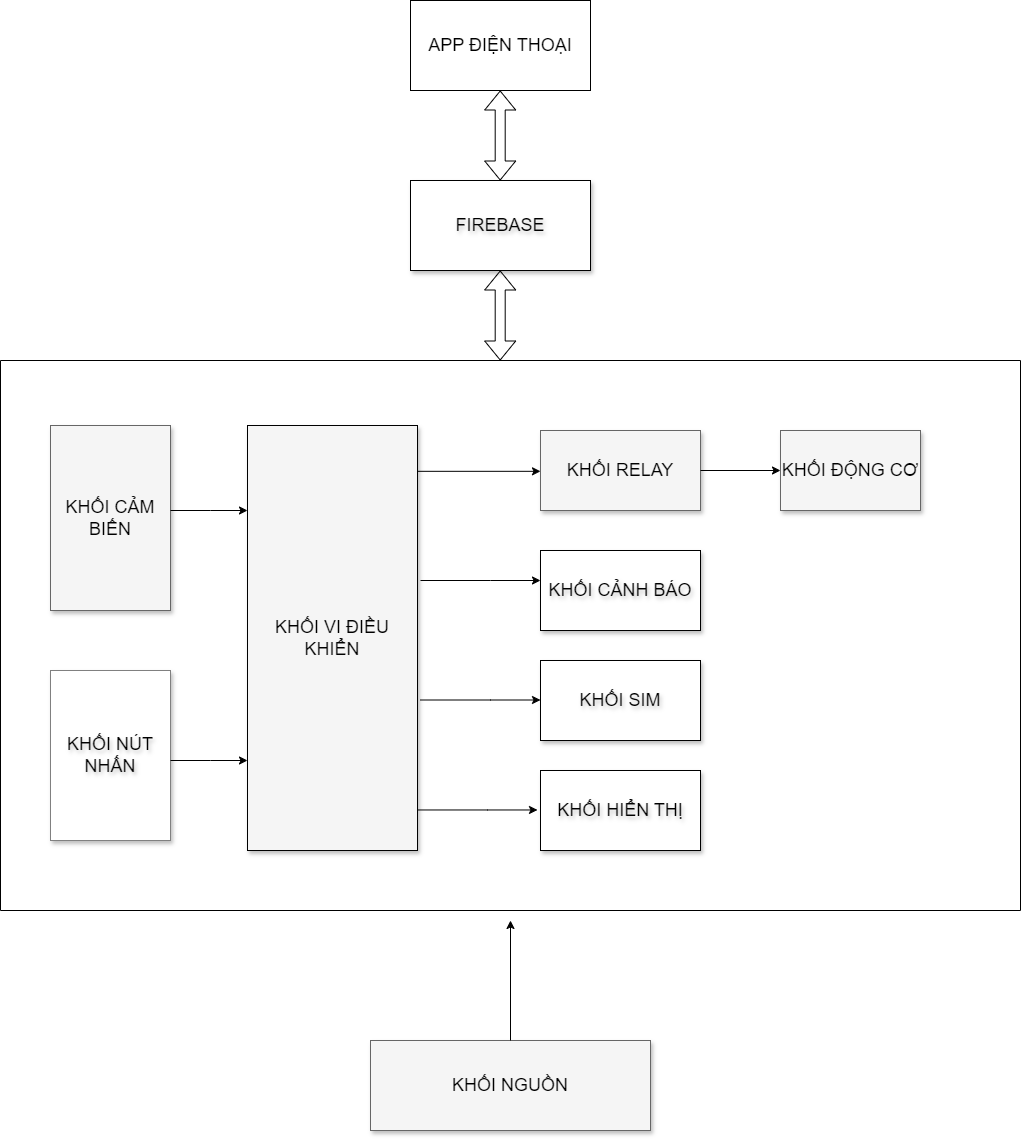
Above: block_diagram/Block_Diagram.drawio.png in imvietp/Final_Thesis (draw.io), before the change. Source tidied: cells renumbered, new cells last; positions are measured from the earlier drawing's top-left corner, leaving out a move shared by most shapes. Its diagram source:
```xml
<mxGraphModel>
  <root>
    <mxCell id="0" style="html=1;" />
    <mxCell id="1" style="html=1;" parent="0" />
    <mxCell id="2" value="KHỐI NGUỒN" style="whiteSpace=wrap;html=1;shadow=1;fontSize=18;fillColor=#f5f5f5;strokeColor=#666666;" parent="1" vertex="1">
      <mxGeometry x="370" y="1040" width="280" height="90" as="geometry" />
    </mxCell>
    <mxCell id="3" value="&lt;font style=&quot;font-size: 18px;&quot;&gt;FIREBASE&lt;/font&gt;" style="rounded=0;whiteSpace=wrap;html=1;shadow=1;textShadow=1;" parent="1" vertex="1">
      <mxGeometry x="410" y="180" width="180" height="90" as="geometry" />
    </mxCell>
    <mxCell id="4" value="&lt;font style=&quot;font-size: 18px;&quot;&gt;APP ĐIỆN THOẠI&lt;/font&gt;" style="rounded=0;whiteSpace=wrap;html=1;" parent="1" vertex="1">
      <mxGeometry x="410" width="180" height="90" as="geometry" />
    </mxCell>
    <mxCell id="5" style="swimlane;startSize=0;" parent="1" vertex="1">
      <mxGeometry y="360" width="1020" height="550" as="geometry" />
    </mxCell>
    <mxCell id="6" value="KHỐI RELAY" style="whiteSpace=wrap;html=1;shadow=1;fontSize=18;fillColor=#f5f5f5;strokeColor=#666666;" parent="5" vertex="1">
      <mxGeometry x="540" y="70" width="160" height="80" as="geometry" />
    </mxCell>
    <mxCell id="7" value="KHỐI ĐỘNG CƠ" style="whiteSpace=wrap;html=1;shadow=1;fontSize=18;fillColor=#f5f5f5;strokeColor=#666666;" parent="5" vertex="1">
      <mxGeometry x="780" y="70" width="140" height="80" as="geometry" />
    </mxCell>
    <mxCell id="8" style="endArrow=classic;html=1;rounded=0;exitX=1;exitY=0.5;exitDx=0;exitDy=0;entryX=0;entryY=0.5;entryDx=0;entryDy=0;" parent="5" edge="1" source="6" target="7">
      <mxGeometry relative="1" as="geometry" />
    </mxCell>
    <mxCell id="9" value="&lt;font style=&quot;font-size: 18px;&quot;&gt;KHỐI CẢNH BÁO&lt;/font&gt;" style="rounded=0;whiteSpace=wrap;html=1;shadow=1;textShadow=1;strokeColor=default;" parent="5" vertex="1">
      <mxGeometry x="540" y="190" width="160" height="80" as="geometry" />
    </mxCell>
    <mxCell id="10" value="&lt;span style=&quot;font-size: 18px;&quot;&gt;KHỐI SIM&lt;/span&gt;" style="rounded=0;whiteSpace=wrap;html=1;shadow=1;textShadow=1;" parent="5" vertex="1">
      <mxGeometry x="540" y="300" width="160" height="80" as="geometry" />
    </mxCell>
    <mxCell id="11" style="edgeStyle=elbowEdgeStyle;rounded=0;html=1;startArrow=none;startFill=0;jettySize=auto;orthogonalLoop=1;fontSize=18;elbow=vertical;" parent="5" edge="1">
      <mxGeometry relative="1" as="geometry">
        <mxPoint x="420" y="339.5" as="sourcePoint" />
        <mxPoint x="540" y="339.5" as="targetPoint" />
        <Array as="points">
          <mxPoint x="490" y="339.5" />
        </Array>
      </mxGeometry>
    </mxCell>
    <mxCell id="12" value="&lt;font style=&quot;font-size: 18px;&quot;&gt;KHỐI NÚT NHẤN&lt;/font&gt;" style="rounded=0;whiteSpace=wrap;html=1;shadow=1;textShadow=1;strokeColor=#808080;" parent="5" vertex="1">
      <mxGeometry x="50" y="310" width="120" height="170" as="geometry" />
    </mxCell>
    <mxCell id="13" value="KHỐI VI ĐIỀU KHIỂN" style="whiteSpace=wrap;html=1;shadow=1;fontSize=18;fillColor=#f5f5f5;strokeColor=default;" parent="5" vertex="1">
      <mxGeometry x="247" y="65" width="170" height="425" as="geometry" />
    </mxCell>
    <mxCell id="14" style="edgeStyle=elbowEdgeStyle;rounded=0;html=1;startArrow=none;startFill=0;jettySize=auto;fontSize=18;elbow=vertical;" parent="5" edge="1" source="13" target="6">
      <mxGeometry relative="1" as="geometry" />
    </mxCell>
    <mxCell id="15" style="edgeStyle=orthogonalEdgeStyle;rounded=0;orthogonalLoop=1;jettySize=auto;html=1;exitX=0.5;exitY=1;exitDx=0;exitDy=0;" parent="5" edge="1" source="13" target="13">
      <mxGeometry relative="1" as="geometry" />
    </mxCell>
    <mxCell id="16" value="&lt;span style=&quot;font-size: 18px;&quot;&gt;KHỐI HIỂN THỊ&lt;/span&gt;" style="rounded=0;whiteSpace=wrap;html=1;shadow=1;textShadow=1;" parent="5" vertex="1">
      <mxGeometry x="540" y="410" width="160" height="80" as="geometry" />
    </mxCell>
    <mxCell id="17" style="edgeStyle=elbowEdgeStyle;rounded=0;html=1;startArrow=none;startFill=0;jettySize=auto;orthogonalLoop=1;fontSize=18;elbow=vertical;" parent="5" edge="1">
      <mxGeometry relative="1" as="geometry">
        <mxPoint x="417" y="449.5" as="sourcePoint" />
        <mxPoint x="537" y="449.5" as="targetPoint" />
        <Array as="points">
          <mxPoint x="487" y="449.5" />
        </Array>
      </mxGeometry>
    </mxCell>
    <mxCell id="18" style="edgeStyle=elbowEdgeStyle;rounded=0;html=1;startArrow=none;startFill=0;jettySize=auto;orthogonalLoop=1;fontSize=18;elbow=vertical;" parent="5" edge="1">
      <mxGeometry relative="1" as="geometry">
        <mxPoint x="170" y="400" as="sourcePoint" />
        <mxPoint x="247" y="400" as="targetPoint" />
        <Array as="points">
          <mxPoint x="210" y="400" />
        </Array>
      </mxGeometry>
    </mxCell>
    <mxCell id="19" value="KHỐI CẢM BIẾN" style="whiteSpace=wrap;html=1;shadow=1;fontSize=18;fillColor=#f5f5f5;strokeColor=#666666;" parent="5" vertex="1">
      <mxGeometry x="50" y="65" width="120" height="185" as="geometry" />
    </mxCell>
    <mxCell id="20" style="edgeStyle=elbowEdgeStyle;rounded=0;html=1;startArrow=none;startFill=0;jettySize=auto;orthogonalLoop=1;fontSize=18;elbow=vertical;" parent="5" edge="1">
      <mxGeometry relative="1" as="geometry">
        <mxPoint x="170" y="150" as="sourcePoint" />
        <mxPoint x="247" y="150" as="targetPoint" />
        <Array as="points">
          <mxPoint x="210" y="150" />
        </Array>
      </mxGeometry>
    </mxCell>
    <mxCell id="21" style="endArrow=classic;html=1;rounded=0;exitX=0.5;exitY=0;exitDx=0;exitDy=0;" parent="1" edge="1" source="2">
      <mxGeometry relative="1" as="geometry">
        <mxPoint x="510" y="920" as="targetPoint" />
      </mxGeometry>
    </mxCell>
    <mxCell id="22" style="edgeStyle=elbowEdgeStyle;rounded=0;html=1;startArrow=none;startFill=0;jettySize=auto;orthogonalLoop=1;fontSize=18;elbow=vertical;" parent="1" edge="1">
      <mxGeometry relative="1" as="geometry">
        <mxPoint x="420" y="580" as="sourcePoint" />
        <mxPoint x="540" y="580" as="targetPoint" />
        <Array as="points">
          <mxPoint x="490" y="580" />
        </Array>
      </mxGeometry>
    </mxCell>
    <mxCell id="23" style="shape=flexArrow;endArrow=classic;startArrow=classic;html=1;rounded=0;entryX=0.6;entryY=1;entryDx=0;entryDy=0;entryPerimeter=0;" parent="1" edge="1">
      <mxGeometry relative="1" as="geometry">
        <mxPoint x="499.7" y="360" as="sourcePoint" />
        <mxPoint x="499.7" y="270" as="targetPoint" />
      </mxGeometry>
    </mxCell>
    <mxCell id="24" style="shape=flexArrow;endArrow=classic;startArrow=classic;html=1;rounded=0;entryX=0.6;entryY=1;entryDx=0;entryDy=0;entryPerimeter=0;" parent="1" edge="1">
      <mxGeometry relative="1" as="geometry">
        <mxPoint x="499.7" y="180" as="sourcePoint" />
        <mxPoint x="499.7" y="90" as="targetPoint" />
      </mxGeometry>
    </mxCell>
  </root>
</mxGraphModel>
```
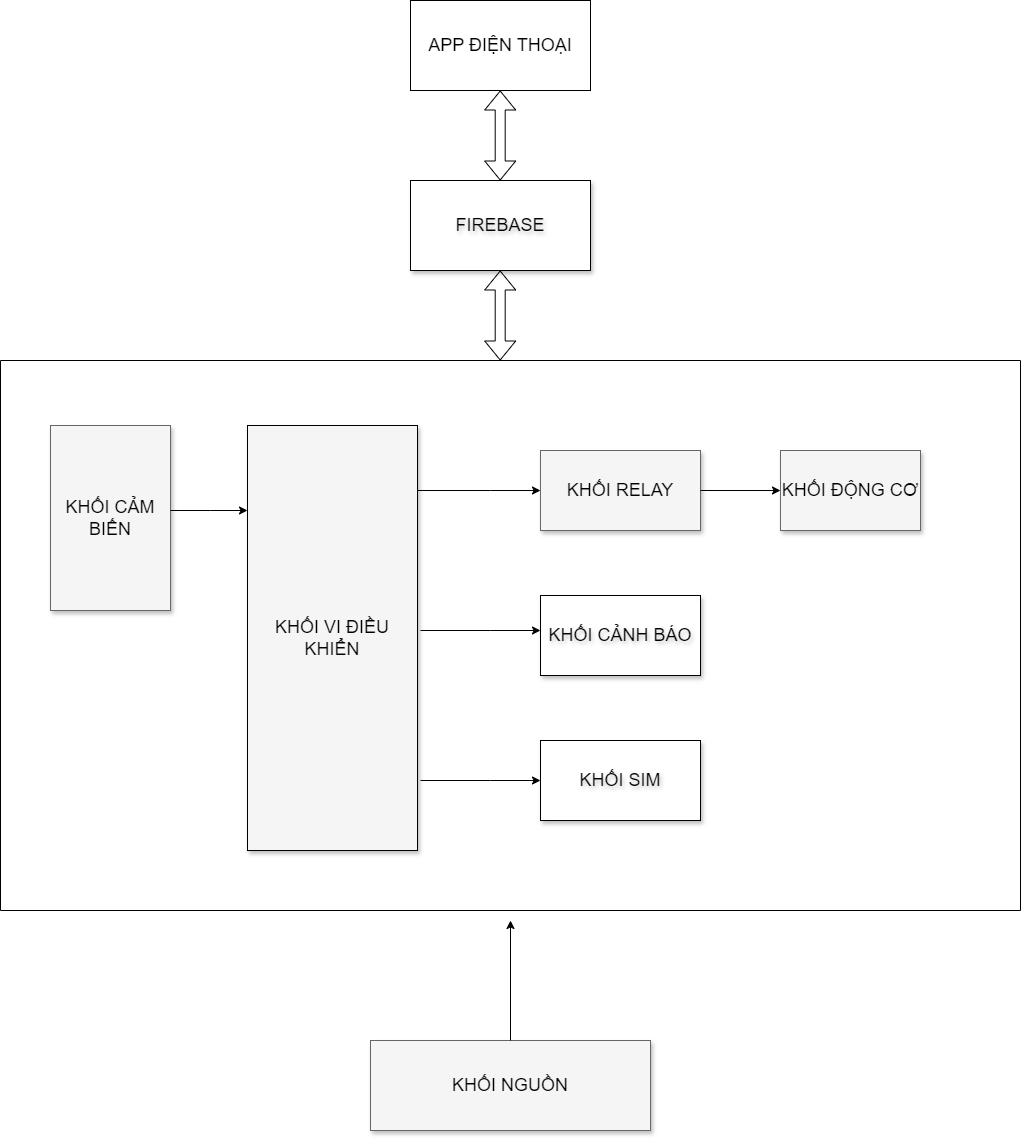
After the change.

What changed in the source:
```diff
@@ -15,62 +15,42 @@
       <mxGeometry y="360" width="1020" height="550" as="geometry" />
     </mxCell>
     <mxCell id="6" value="KHỐI RELAY" style="whiteSpace=wrap;html=1;shadow=1;fontSize=18;fillColor=#f5f5f5;strokeColor=#666666;" parent="5" vertex="1">
-      <mxGeometry x="540" y="70" width="160" height="80" as="geometry" />
+      <mxGeometry x="540" y="90" width="160" height="80" as="geometry" />
     </mxCell>
     <mxCell id="7" value="KHỐI ĐỘNG CƠ" style="whiteSpace=wrap;html=1;shadow=1;fontSize=18;fillColor=#f5f5f5;strokeColor=#666666;" parent="5" vertex="1">
-      <mxGeometry x="780" y="70" width="140" height="80" as="geometry" />
+      <mxGeometry x="780" y="90" width="140" height="80" as="geometry" />
     </mxCell>
     <mxCell id="8" style="endArrow=classic;html=1;rounded=0;exitX=1;exitY=0.5;exitDx=0;exitDy=0;entryX=0;entryY=0.5;entryDx=0;entryDy=0;" parent="5" edge="1" source="6" target="7">
       <mxGeometry relative="1" as="geometry" />
     </mxCell>
     <mxCell id="9" value="&lt;font style=&quot;font-size: 18px;&quot;&gt;KHỐI CẢNH BÁO&lt;/font&gt;" style="rounded=0;whiteSpace=wrap;html=1;shadow=1;textShadow=1;strokeColor=default;" parent="5" vertex="1">
-      <mxGeometry x="540" y="190" width="160" height="80" as="geometry" />
+      <mxGeometry x="540" y="235" width="160" height="80" as="geometry" />
     </mxCell>
     <mxCell id="10" value="&lt;span style=&quot;font-size: 18px;&quot;&gt;KHỐI SIM&lt;/span&gt;" style="rounded=0;whiteSpace=wrap;html=1;shadow=1;textShadow=1;" parent="5" vertex="1">
-      <mxGeometry x="540" y="300" width="160" height="80" as="geometry" />
+      <mxGeometry x="540" y="380" width="160" height="80" as="geometry" />
     </mxCell>
     <mxCell id="11" style="edgeStyle=elbowEdgeStyle;rounded=0;html=1;startArrow=none;startFill=0;jettySize=auto;orthogonalLoop=1;fontSize=18;elbow=vertical;" parent="5" edge="1">
       <mxGeometry relative="1" as="geometry">
-        <mxPoint x="420" y="339.5" as="sourcePoint" />
-        <mxPoint x="540" y="339.5" as="targetPoint" />
+        <mxPoint x="420" y="420" as="sourcePoint" />
+        <mxPoint x="540" y="420" as="targetPoint" />
         <Array as="points">
-          <mxPoint x="490" y="339.5" />
+          <mxPoint x="490" y="420" />
         </Array>
       </mxGeometry>
     </mxCell>
-    <mxCell id="12" value="&lt;font style=&quot;font-size: 18px;&quot;&gt;KHỐI NÚT NHẤN&lt;/font&gt;" style="rounded=0;whiteSpace=wrap;html=1;shadow=1;textShadow=1;strokeColor=#808080;" parent="5" vertex="1">
-      <mxGeometry x="50" y="310" width="120" height="170" as="geometry" />
-    </mxCell>
     <mxCell id="13" value="KHỐI VI ĐIỀU KHIỂN" style="whiteSpace=wrap;html=1;shadow=1;fontSize=18;fillColor=#f5f5f5;strokeColor=default;" parent="5" vertex="1">
       <mxGeometry x="247" y="65" width="170" height="425" as="geometry" />
     </mxCell>
     <mxCell id="14" style="edgeStyle=elbowEdgeStyle;rounded=0;html=1;startArrow=none;startFill=0;jettySize=auto;fontSize=18;elbow=vertical;" parent="5" edge="1" source="13" target="6">
-      <mxGeometry relative="1" as="geometry" />
+      <mxGeometry relative="1" as="geometry">
+        <Array as="points">
+          <mxPoint x="490" y="130" />
+        </Array>
+      </mxGeometry>
     </mxCell>
     <mxCell id="15" style="edgeStyle=orthogonalEdgeStyle;rounded=0;orthogonalLoop=1;jettySize=auto;html=1;exitX=0.5;exitY=1;exitDx=0;exitDy=0;" parent="5" edge="1" source="13" target="13">
       <mxGeometry relative="1" as="geometry" />
     </mxCell>
-    <mxCell id="16" value="&lt;span style=&quot;font-size: 18px;&quot;&gt;KHỐI HIỂN THỊ&lt;/span&gt;" style="rounded=0;whiteSpace=wrap;html=1;shadow=1;textShadow=1;" parent="5" vertex="1">
-      <mxGeometry x="540" y="410" width="160" height="80" as="geometry" />
-    </mxCell>
-    <mxCell id="17" style="edgeStyle=elbowEdgeStyle;rounded=0;html=1;startArrow=none;startFill=0;jettySize=auto;orthogonalLoop=1;fontSize=18;elbow=vertical;" parent="5" edge="1">
-      <mxGeometry relative="1" as="geometry">
-        <mxPoint x="417" y="449.5" as="sourcePoint" />
-        <mxPoint x="537" y="449.5" as="targetPoint" />
-        <Array as="points">
-          <mxPoint x="487" y="449.5" />
-        </Array>
-      </mxGeometry>
-    </mxCell>
-    <mxCell id="18" style="edgeStyle=elbowEdgeStyle;rounded=0;html=1;startArrow=none;startFill=0;jettySize=auto;orthogonalLoop=1;fontSize=18;elbow=vertical;" parent="5" edge="1">
-      <mxGeometry relative="1" as="geometry">
-        <mxPoint x="170" y="400" as="sourcePoint" />
-        <mxPoint x="247" y="400" as="targetPoint" />
-        <Array as="points">
-          <mxPoint x="210" y="400" />
-        </Array>
-      </mxGeometry>
-    </mxCell>
     <mxCell id="19" value="KHỐI CẢM BIẾN" style="whiteSpace=wrap;html=1;shadow=1;fontSize=18;fillColor=#f5f5f5;strokeColor=#666666;" parent="5" vertex="1">
       <mxGeometry x="50" y="65" width="120" height="185" as="geometry" />
     </mxCell>
@@ -83,20 +63,20 @@
         </Array>
       </mxGeometry>
     </mxCell>
+    <mxCell id="22" style="edgeStyle=elbowEdgeStyle;rounded=0;html=1;startArrow=none;startFill=0;jettySize=auto;orthogonalLoop=1;fontSize=18;elbow=vertical;" parent="5" edge="1">
+      <mxGeometry relative="1" as="geometry">
+        <mxPoint x="420" y="270" as="sourcePoint" />
+        <mxPoint x="540" y="270" as="targetPoint" />
+        <Array as="points">
+          <mxPoint x="490" y="270" />
+        </Array>
+      </mxGeometry>
+    </mxCell>
     <mxCell id="21" style="endArrow=classic;html=1;rounded=0;exitX=0.5;exitY=0;exitDx=0;exitDy=0;" parent="1" edge="1" source="2">
       <mxGeometry relative="1" as="geometry">
         <mxPoint x="510" y="920" as="targetPoint" />
       </mxGeometry>
     </mxCell>
-    <mxCell id="22" style="edgeStyle=elbowEdgeStyle;rounded=0;html=1;startArrow=none;startFill=0;jettySize=auto;orthogonalLoop=1;fontSize=18;elbow=vertical;" parent="1" edge="1">
-      <mxGeometry relative="1" as="geometry">
-        <mxPoint x="420" y="580" as="sourcePoint" />
-        <mxPoint x="540" y="580" as="targetPoint" />
-        <Array as="points">
-          <mxPoint x="490" y="580" />
-        </Array>
-      </mxGeometry>
-    </mxCell>
     <mxCell id="23" style="shape=flexArrow;endArrow=classic;startArrow=classic;html=1;rounded=0;entryX=0.6;entryY=1;entryDx=0;entryDy=0;entryPerimeter=0;" parent="1" edge="1">
       <mxGeometry relative="1" as="geometry">
         <mxPoint x="499.7" y="360" as="sourcePoint" />
```
